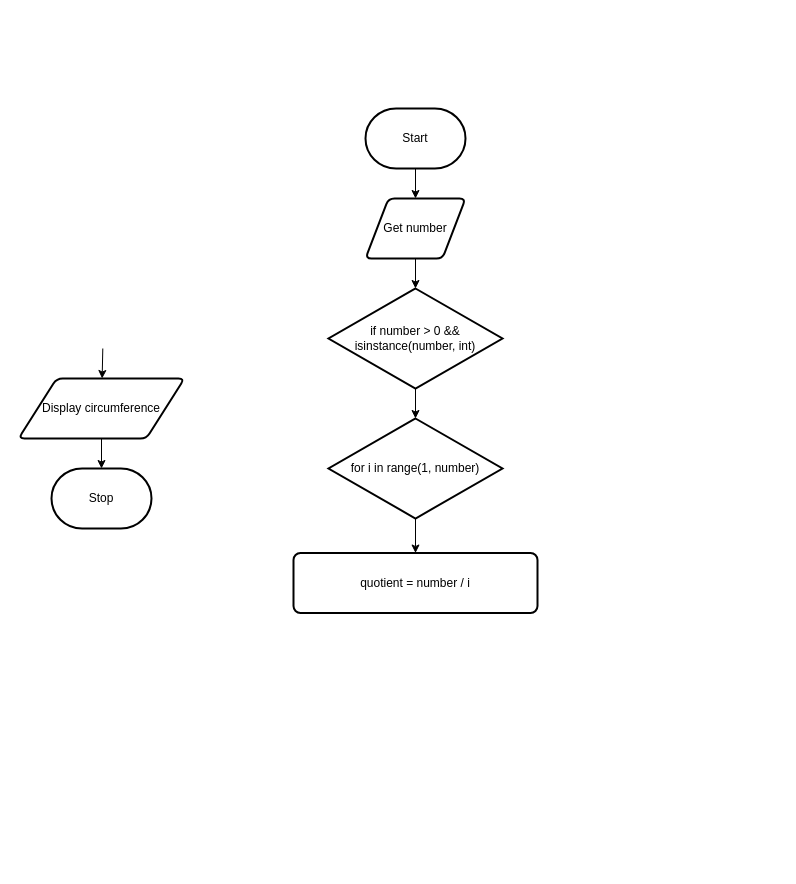
This is page "Flowchart" (1 of 2) of design.drawio from Samuel-Webster-178/ICS3U-Assignment-05-Python, a draw.io file, before an edit. Source tidied: cells renumbered, new cells numbered last; positions are measured from the earlier drawing's top-left corner, leaving out a move shared by most shapes. Both pictures are drawn from the tidied source at 100%, with x=0, y=0 at pixel (18, 108).
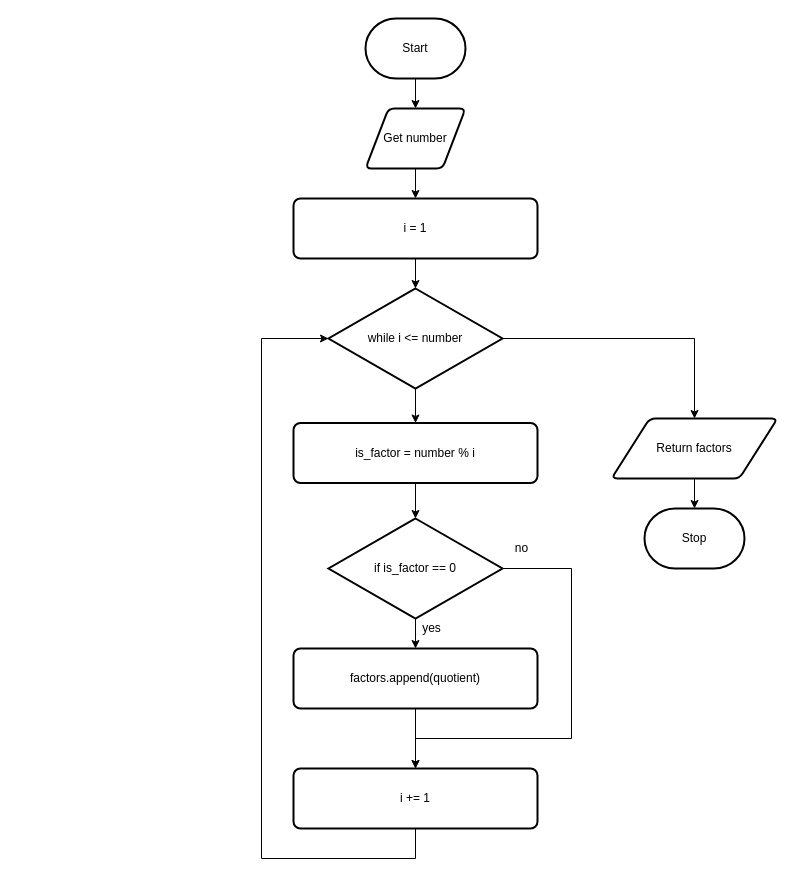
The same diagram, later.

The edit, as a diff of the source:
```diff
@@
     <mxCell id="3" value="Start" style="strokeWidth=2;html=1;shape=mxgraph.flowchart.terminator;whiteSpace=wrap;" parent="1" vertex="1">
-      <mxGeometry x="347" width="100" height="60" as="geometry" />
+      <mxGeometry x="347" y="-90" width="100" height="60" as="geometry" />
     </mxCell>
-    <mxCell id="4" style="edgeStyle=none;html=1;" parent="1" edge="1" source="5" target="14">
-      <mxGeometry relative="1" as="geometry" />
-    </mxCell>
+    <mxCell id="15" style="edgeStyle=orthogonalEdgeStyle;rounded=0;html=1;" parent="1" edge="1" source="5" target="26">
+      <mxGeometry relative="1" as="geometry" />
+    </mxCell>
     <mxCell id="5" value="Get number" style="shape=parallelogram;html=1;strokeWidth=2;perimeter=parallelogramPerimeter;whiteSpace=wrap;rounded=1;arcSize=12;size=0.23;" parent="1" vertex="1">
-      <mxGeometry x="347" y="90" width="100" height="60" as="geometry" />
+      <mxGeometry x="347" width="100" height="60" as="geometry" />
     </mxCell>
-    <mxCell id="6" style="edgeStyle=none;html=1;" parent="1" edge="1" target="8">
-      <mxGeometry relative="1" as="geometry">
-        <mxPoint x="84.3" y="240" as="sourcePoint" />
-      </mxGeometry>
-    </mxCell>
@@
-    <mxCell id="8" value="Display circumference" style="shape=parallelogram;html=1;strokeWidth=2;perimeter=parallelogramPerimeter;whiteSpace=wrap;rounded=1;arcSize=12;size=0.23;" parent="1" vertex="1">
-      <mxGeometry y="270" width="166" height="60" as="geometry" />
+    <mxCell id="8" value="Return factors" style="shape=parallelogram;html=1;strokeWidth=2;perimeter=parallelogramPerimeter;whiteSpace=wrap;rounded=1;arcSize=12;size=0.23;" parent="1" vertex="1">
+      <mxGeometry x="593" y="310" width="166" height="60" as="geometry" />
     </mxCell>
     <mxCell id="9" value="Stop" style="strokeWidth=2;html=1;shape=mxgraph.flowchart.terminator;whiteSpace=wrap;" parent="1" vertex="1">
-      <mxGeometry x="33" y="360" width="100" height="60" as="geometry" />
+      <mxGeometry x="626" y="400" width="100" height="60" as="geometry" />
     </mxCell>
     <mxCell id="10" style="edgeStyle=none;html=1;" parent="1" edge="1" target="11">
       <mxGeometry relative="1" as="geometry">
-        <mxPoint x="397" y="400" as="sourcePoint" />
+        <mxPoint x="397" y="270" as="sourcePoint" />
       </mxGeometry>
     </mxCell>
+    <mxCell id="16" style="edgeStyle=none;html=1;" parent="1" edge="1" source="11" target="20">
+      <mxGeometry relative="1" as="geometry" />
+    </mxCell>
-    <mxCell id="11" value="quotient = number / i" style="rounded=1;whiteSpace=wrap;html=1;absoluteArcSize=1;arcSize=14;strokeWidth=2;" parent="1" vertex="1">
-      <mxGeometry x="275" y="444.5" width="244" height="60" as="geometry" />
+    <mxCell id="11" value="is_factor = number % i" style="rounded=1;whiteSpace=wrap;html=1;absoluteArcSize=1;arcSize=14;strokeWidth=2;" parent="1" vertex="1">
+      <mxGeometry x="275" y="314.5" width="244" height="60" as="geometry" />
     </mxCell>
+    <mxCell id="17" style="edgeStyle=orthogonalEdgeStyle;rounded=0;html=1;entryX=0.5;entryY=0;entryDx=0;entryDy=0;" parent="1" edge="1" source="12" target="8">
+      <mxGeometry relative="1" as="geometry" />
+    </mxCell>
-    <mxCell id="12" value="for i in range(1, number)" style="strokeWidth=2;html=1;shape=mxgraph.flowchart.decision;whiteSpace=wrap;" parent="1" vertex="1">
-      <mxGeometry x="310" y="310" width="174" height="100" as="geometry" />
+    <mxCell id="12" value="while i &amp;lt;= number" style="strokeWidth=2;html=1;shape=mxgraph.flowchart.decision;whiteSpace=wrap;" parent="1" vertex="1">
+      <mxGeometry x="310" y="180" width="174" height="100" as="geometry" />
     </mxCell>
-    <mxCell id="13" style="edgeStyle=none;html=1;" parent="1" edge="1" source="14" target="12">
-      <mxGeometry relative="1" as="geometry" />
-    </mxCell>
-    <mxCell id="14" value="if number &amp;gt; 0 &amp;amp;&amp;amp; isinstance(number, int)" style="strokeWidth=2;html=1;shape=mxgraph.flowchart.decision;whiteSpace=wrap;" parent="1" vertex="1">
-      <mxGeometry x="310" y="180" width="174" height="100" as="geometry" />
-    </mxCell>
+    <mxCell id="18" style="edgeStyle=none;html=1;" parent="1" edge="1" source="20" target="22">
+      <mxGeometry relative="1" as="geometry" />
+    </mxCell>
+    <mxCell id="19" style="edgeStyle=orthogonalEdgeStyle;rounded=0;html=1;entryX=0.5;entryY=0;entryDx=0;entryDy=0;" parent="1" edge="1" source="20" target="28">
+      <mxGeometry relative="1" as="geometry">
+        <Array as="points">
+          <mxPoint x="553" y="460" />
+          <mxPoint x="553" y="630" />
+          <mxPoint x="397" y="630" />
+        </Array>
+      </mxGeometry>
+    </mxCell>
+    <mxCell id="20" value="if is_factor == 0" style="strokeWidth=2;html=1;shape=mxgraph.flowchart.decision;whiteSpace=wrap;" parent="1" vertex="1">
+      <mxGeometry x="310" y="410" width="174" height="100" as="geometry" />
+    </mxCell>
+    <mxCell id="21" style="edgeStyle=orthogonalEdgeStyle;rounded=0;html=1;entryX=0.5;entryY=0;entryDx=0;entryDy=0;" parent="1" edge="1" source="22" target="28">
+      <mxGeometry relative="1" as="geometry" />
+    </mxCell>
+    <mxCell id="22" value="factors.append(quotient)" style="rounded=1;whiteSpace=wrap;html=1;absoluteArcSize=1;arcSize=14;strokeWidth=2;" parent="1" vertex="1">
+      <mxGeometry x="275" y="540" width="244" height="60" as="geometry" />
+    </mxCell>
+    <mxCell id="23" value="yes" style="text;html=1;align=center;verticalAlign=middle;strokeColor=none;fillColor=none;" parent="1" vertex="1">
+      <mxGeometry x="398" y="510" width="30" height="20" as="geometry" />
+    </mxCell>
+    <mxCell id="24" value="no" style="text;html=1;align=center;verticalAlign=middle;strokeColor=none;fillColor=none;" parent="1" vertex="1">
+      <mxGeometry x="488" y="430" width="30" height="20" as="geometry" />
+    </mxCell>
+    <mxCell id="25" style="edgeStyle=orthogonalEdgeStyle;rounded=0;html=1;" parent="1" edge="1" source="26" target="12">
+      <mxGeometry relative="1" as="geometry" />
+    </mxCell>
+    <mxCell id="26" value="i = 1" style="rounded=1;whiteSpace=wrap;html=1;absoluteArcSize=1;arcSize=14;strokeWidth=2;" parent="1" vertex="1">
+      <mxGeometry x="275" y="90" width="244" height="60" as="geometry" />
+    </mxCell>
+    <mxCell id="27" style="edgeStyle=orthogonalEdgeStyle;rounded=0;html=1;entryX=0;entryY=0.5;entryDx=0;entryDy=0;entryPerimeter=0;" parent="1" edge="1" source="28" target="12">
+      <mxGeometry relative="1" as="geometry">
+        <Array as="points">
+          <mxPoint x="397" y="750" />
+          <mxPoint x="243" y="750" />
+          <mxPoint x="243" y="230" />
+        </Array>
+      </mxGeometry>
+    </mxCell>
+    <mxCell id="28" value="i += 1" style="rounded=1;whiteSpace=wrap;html=1;absoluteArcSize=1;arcSize=14;strokeWidth=2;" parent="1" vertex="1">
+      <mxGeometry x="275" y="660" width="244" height="60" as="geometry" />
+    </mxCell>
```
